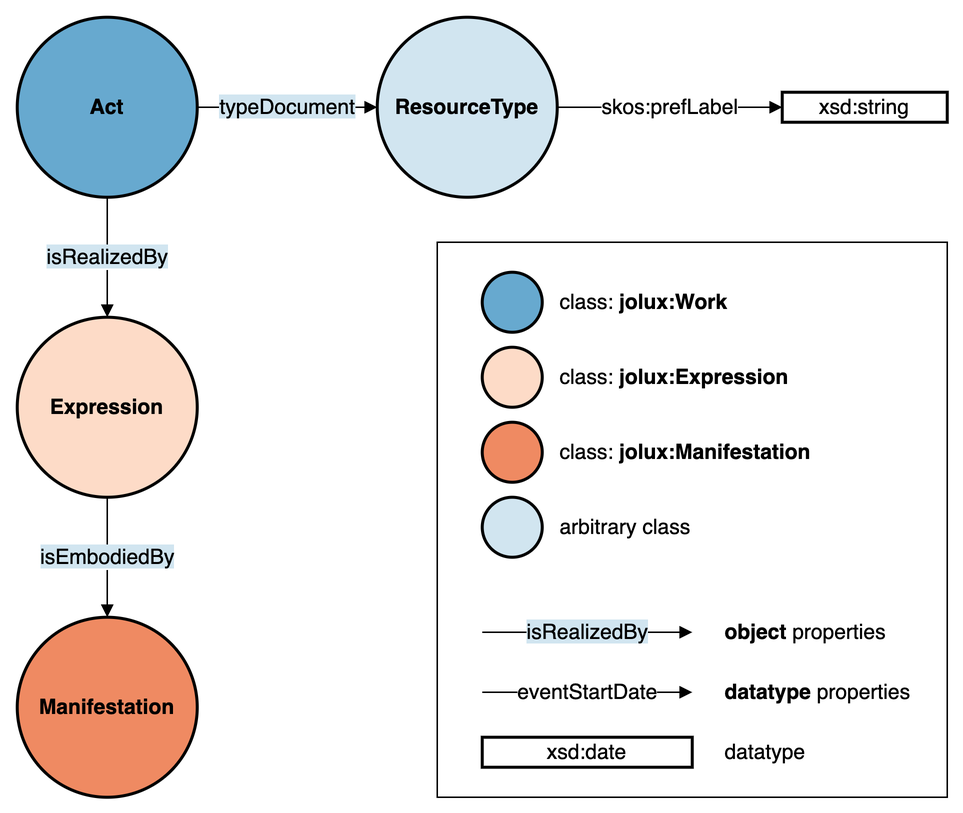
Before: doc/img/ontology_elements.png, a diagram exported from draw.io (swiss/fedlex-jolux). Source tidied: cells renumbered, new cells last; positions are measured from the earlier drawing's top-left corner, leaving out a move shared by most shapes. Its diagram source:
```xml
<mxGraphModel>
  <root>
    <mxCell id="0" />
    <mxCell id="1" parent="0" />
    <mxCell id="2" value="&lt;b&gt;Act&lt;br&gt;&lt;/b&gt;" style="ellipse;whiteSpace=wrap;html=1;rounded=0;shadow=0;glass=0;comic=0;strokeColor=#000000;strokeWidth=2;fillColor=#67a9cf;gradientColor=none;fontSize=14;fontColor=#000000;align=center;" parent="1" vertex="1">
      <mxGeometry width="120" height="120" as="geometry" />
    </mxCell>
    <mxCell id="3" value="&lt;span style=&quot;background-color: rgb(209, 229, 240);&quot;&gt;isRealizedBy&lt;/span&gt;" style="endArrow=block;html=1;strokeColor=#000000;fontSize=14;fontColor=#000000;endFill=1;exitX=0.5;exitY=1;exitDx=0;exitDy=0;entryX=0.5;entryY=0;entryDx=0;entryDy=0;" parent="1" edge="1" source="2" target="4">
      <mxGeometry relative="1" as="geometry" />
    </mxCell>
    <mxCell id="4" value="&lt;b&gt;Expression&lt;/b&gt;" style="ellipse;whiteSpace=wrap;html=1;rounded=0;shadow=0;glass=0;comic=0;strokeColor=#000000;strokeWidth=2;fillColor=#fddbc7;gradientColor=none;fontSize=14;fontColor=#000000;align=center;" parent="1" vertex="1">
      <mxGeometry y="200" width="120" height="120" as="geometry" />
    </mxCell>
    <mxCell id="5" value="&lt;b&gt;Manifestation&lt;/b&gt;" style="ellipse;whiteSpace=wrap;html=1;rounded=0;shadow=0;glass=0;comic=0;strokeColor=#000000;strokeWidth=2;fillColor=#ef8a62;gradientColor=none;fontSize=14;fontColor=#000000;align=center;" parent="1" vertex="1">
      <mxGeometry y="400" width="120" height="120" as="geometry" />
    </mxCell>
    <mxCell id="6" value="&lt;span style=&quot;background-color: rgb(209, 229, 240);&quot;&gt;isEmbodiedBy&lt;/span&gt;" style="endArrow=block;html=1;strokeColor=#000000;fontSize=14;fontColor=#000000;endFill=1;exitX=0.5;exitY=1;exitDx=0;exitDy=0;entryX=0.5;entryY=0;entryDx=0;entryDy=0;" parent="1" edge="1" source="4" target="5">
      <mxGeometry relative="1" as="geometry" />
    </mxCell>
    <mxCell id="7" value="&lt;b&gt;&lt;br&gt;&lt;/b&gt;" style="ellipse;whiteSpace=wrap;html=1;rounded=0;shadow=0;glass=0;comic=0;strokeColor=#000000;strokeWidth=2;fillColor=#EF8A62;gradientColor=none;fontSize=14;fontColor=#000000;align=center;" parent="1" vertex="1">
      <mxGeometry x="310" y="270" width="40" height="40" as="geometry" />
    </mxCell>
    <mxCell id="8" value="&lt;b&gt;&lt;br&gt;&lt;/b&gt;" style="ellipse;whiteSpace=wrap;html=1;rounded=0;shadow=0;glass=0;comic=0;strokeColor=#000000;strokeWidth=2;fillColor=#FDDBC7;gradientColor=none;fontSize=14;fontColor=#000000;align=center;" parent="1" vertex="1">
      <mxGeometry x="310" y="220" width="40" height="40" as="geometry" />
    </mxCell>
    <mxCell id="9" value="&lt;b&gt;&lt;br&gt;&lt;/b&gt;" style="ellipse;whiteSpace=wrap;html=1;rounded=0;shadow=0;glass=0;comic=0;strokeColor=#000000;strokeWidth=2;fillColor=#67A9CF;gradientColor=none;fontSize=14;fontColor=#000000;align=center;" parent="1" vertex="1">
      <mxGeometry x="310" y="170" width="40" height="40" as="geometry" />
    </mxCell>
    <mxCell id="10" value="class: &lt;b style=&quot;font-size: 14px;&quot;&gt;jolux:Work&lt;/b&gt;" style="text;html=1;strokeColor=none;fillColor=none;align=left;verticalAlign=middle;whiteSpace=wrap;rounded=0;fontSize=14;" parent="1" vertex="1">
      <mxGeometry x="360" y="170" width="150" height="40" as="geometry" />
    </mxCell>
    <mxCell id="11" value="class: &lt;b style=&quot;font-size: 14px;&quot;&gt;jolux:Expression&lt;/b&gt;" style="text;html=1;strokeColor=none;fillColor=none;align=left;verticalAlign=middle;whiteSpace=wrap;rounded=0;fontSize=14;" parent="1" vertex="1">
      <mxGeometry x="360" y="220" width="190" height="40" as="geometry" />
    </mxCell>
    <mxCell id="12" value="class: &lt;b style=&quot;font-size: 14px;&quot;&gt;jolux:Manifestation&lt;/b&gt;" style="text;html=1;strokeColor=none;fillColor=none;align=left;verticalAlign=middle;whiteSpace=wrap;rounded=0;fontSize=14;" parent="1" vertex="1">
      <mxGeometry x="360" y="270" width="190" height="40" as="geometry" />
    </mxCell>
    <mxCell id="13" value="&lt;b&gt;ResourceType&lt;/b&gt;" style="ellipse;whiteSpace=wrap;html=1;rounded=0;shadow=0;glass=0;comic=0;strokeColor=#000000;strokeWidth=2;fillColor=#d1e5f0;gradientColor=none;fontSize=14;fontColor=#000000;align=center;" parent="1" vertex="1">
      <mxGeometry x="240" width="120" height="120" as="geometry" />
    </mxCell>
    <mxCell id="14" value="&lt;b&gt;&lt;br&gt;&lt;/b&gt;" style="ellipse;whiteSpace=wrap;html=1;rounded=0;shadow=0;glass=0;comic=0;strokeColor=#000000;strokeWidth=2;fillColor=#D1E5F0;gradientColor=none;fontSize=14;fontColor=#000000;align=center;" parent="1" vertex="1">
      <mxGeometry x="310" y="320" width="40" height="40" as="geometry" />
    </mxCell>
    <mxCell id="15" value="arbitrary class" style="text;html=1;strokeColor=none;fillColor=none;align=left;verticalAlign=middle;whiteSpace=wrap;rounded=0;fontSize=14;" parent="1" vertex="1">
      <mxGeometry x="360" y="320" width="150" height="40" as="geometry" />
    </mxCell>
    <mxCell id="16" value="&lt;span style=&quot;background-color: rgb(209, 229, 240);&quot;&gt;isRealizedBy&lt;/span&gt;" style="endArrow=block;html=1;strokeColor=#000000;fontSize=14;fontColor=#000000;endFill=1;exitX=0.5;exitY=1;exitDx=0;exitDy=0;" parent="1" edge="1">
      <mxGeometry relative="1" as="geometry">
        <mxPoint x="310" y="410" as="sourcePoint" />
        <mxPoint x="450" y="410" as="targetPoint" />
      </mxGeometry>
    </mxCell>
    <mxCell id="17" value="&lt;b&gt;object &lt;/b&gt;properties" style="text;html=1;strokeColor=none;fillColor=none;align=left;verticalAlign=middle;whiteSpace=wrap;rounded=0;fontSize=14;" parent="1" vertex="1">
      <mxGeometry x="470" y="390" width="150" height="40" as="geometry" />
    </mxCell>
    <mxCell id="18" value="eventStartDate" style="endArrow=block;html=1;strokeColor=#000000;fontSize=14;fontColor=#000000;endFill=1;" parent="1" edge="1">
      <mxGeometry relative="1" as="geometry">
        <mxPoint x="310" y="450" as="sourcePoint" />
        <mxPoint x="450" y="450" as="targetPoint" />
      </mxGeometry>
    </mxCell>
    <mxCell id="19" value="&lt;b&gt;datatype &lt;/b&gt;properties" style="text;html=1;strokeColor=none;fillColor=none;align=left;verticalAlign=middle;whiteSpace=wrap;rounded=0;fontSize=14;" parent="1" vertex="1">
      <mxGeometry x="470" y="430" width="150" height="40" as="geometry" />
    </mxCell>
    <mxCell id="20" value="xsd:date" style="whiteSpace=wrap;html=1;rounded=0;shadow=0;glass=0;comic=0;strokeColor=#000000;strokeWidth=2;fillColor=#FFFFFF;gradientColor=none;fontSize=14;fontColor=#000000;align=center;" parent="1" vertex="1">
      <mxGeometry x="310" y="480" width="140" height="20" as="geometry" />
    </mxCell>
    <mxCell id="21" value="datatype" style="text;html=1;strokeColor=none;fillColor=none;align=left;verticalAlign=middle;whiteSpace=wrap;rounded=0;fontSize=14;" parent="1" vertex="1">
      <mxGeometry x="470" y="470" width="150" height="40" as="geometry" />
    </mxCell>
    <mxCell id="22" value="&lt;span style=&quot;background-color: rgb(209, 229, 240);&quot;&gt;typeDocument&lt;/span&gt;" style="endArrow=block;html=1;strokeColor=#000000;fontSize=14;fontColor=#000000;endFill=1;exitX=1;exitY=0.5;exitDx=0;exitDy=0;" parent="1" edge="1" source="2" target="13">
      <mxGeometry relative="1" as="geometry" />
    </mxCell>
    <mxCell id="23" value="skos:prefLabel" style="endArrow=block;html=1;strokeColor=#000000;fontSize=14;fontColor=#000000;endFill=1;exitX=1;exitY=0.5;exitDx=0;exitDy=0;entryX=0;entryY=0.5;entryDx=0;entryDy=0;" parent="1" edge="1" source="13" target="24">
      <mxGeometry relative="1" as="geometry" />
    </mxCell>
    <mxCell id="24" value="xsd:string" style="whiteSpace=wrap;html=1;rounded=0;shadow=0;glass=0;comic=0;strokeColor=#000000;strokeWidth=2;fillColor=#FFFFFF;gradientColor=none;fontSize=14;fontColor=#000000;align=center;" parent="1" vertex="1">
      <mxGeometry x="510" y="50" width="110" height="20" as="geometry" />
    </mxCell>
    <mxCell id="25" style="rounded=0;whiteSpace=wrap;html=1;fontSize=14;fillColor=none;" parent="1" vertex="1">
      <mxGeometry x="280" y="150" width="340" height="370" as="geometry" />
    </mxCell>
  </root>
</mxGraphModel>
```
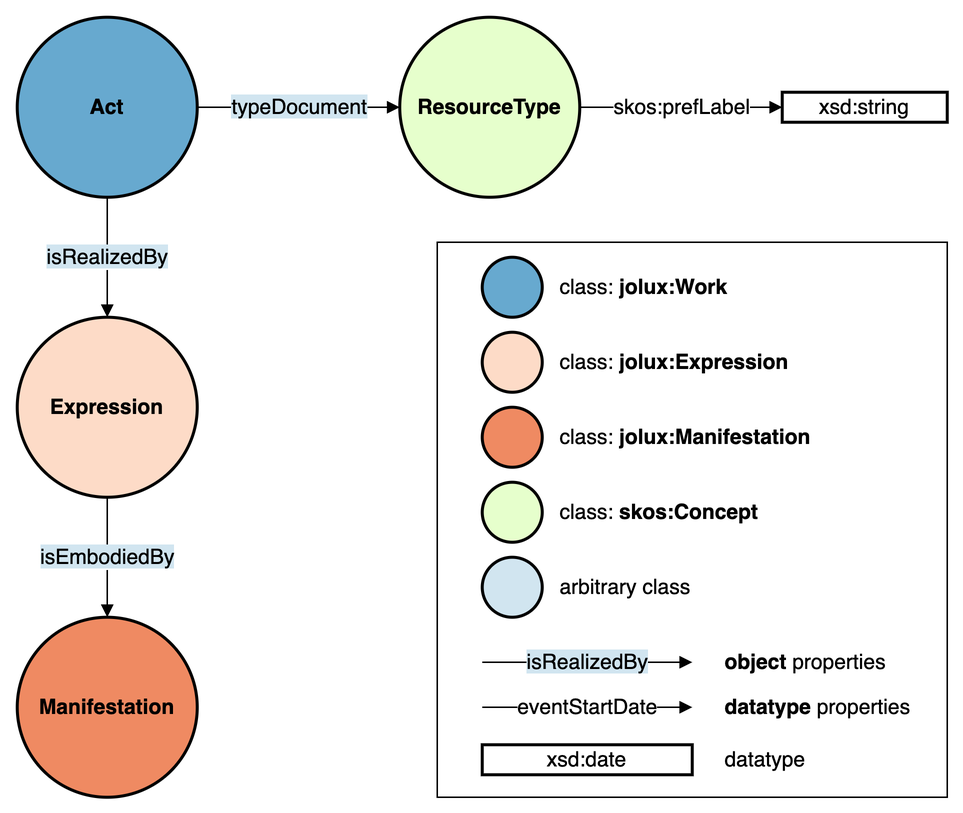
Above is the later version.

Diff of the diagram source:
```diff
@@ -18,55 +18,55 @@
       <mxGeometry relative="1" as="geometry" />
     </mxCell>
     <mxCell id="7" value="&lt;b&gt;&lt;br&gt;&lt;/b&gt;" style="ellipse;whiteSpace=wrap;html=1;rounded=0;shadow=0;glass=0;comic=0;strokeColor=#000000;strokeWidth=2;fillColor=#EF8A62;gradientColor=none;fontSize=14;fontColor=#000000;align=center;" parent="1" vertex="1">
-      <mxGeometry x="310" y="270" width="40" height="40" as="geometry" />
+      <mxGeometry x="310" y="260" width="40" height="40" as="geometry" />
     </mxCell>
     <mxCell id="8" value="&lt;b&gt;&lt;br&gt;&lt;/b&gt;" style="ellipse;whiteSpace=wrap;html=1;rounded=0;shadow=0;glass=0;comic=0;strokeColor=#000000;strokeWidth=2;fillColor=#FDDBC7;gradientColor=none;fontSize=14;fontColor=#000000;align=center;" parent="1" vertex="1">
-      <mxGeometry x="310" y="220" width="40" height="40" as="geometry" />
+      <mxGeometry x="310" y="210" width="40" height="40" as="geometry" />
     </mxCell>
     <mxCell id="9" value="&lt;b&gt;&lt;br&gt;&lt;/b&gt;" style="ellipse;whiteSpace=wrap;html=1;rounded=0;shadow=0;glass=0;comic=0;strokeColor=#000000;strokeWidth=2;fillColor=#67A9CF;gradientColor=none;fontSize=14;fontColor=#000000;align=center;" parent="1" vertex="1">
-      <mxGeometry x="310" y="170" width="40" height="40" as="geometry" />
+      <mxGeometry x="310" y="160" width="40" height="40" as="geometry" />
     </mxCell>
     <mxCell id="10" value="class: &lt;b style=&quot;font-size: 14px;&quot;&gt;jolux:Work&lt;/b&gt;" style="text;html=1;strokeColor=none;fillColor=none;align=left;verticalAlign=middle;whiteSpace=wrap;rounded=0;fontSize=14;" parent="1" vertex="1">
-      <mxGeometry x="360" y="170" width="150" height="40" as="geometry" />
+      <mxGeometry x="360" y="160" width="150" height="40" as="geometry" />
     </mxCell>
     <mxCell id="11" value="class: &lt;b style=&quot;font-size: 14px;&quot;&gt;jolux:Expression&lt;/b&gt;" style="text;html=1;strokeColor=none;fillColor=none;align=left;verticalAlign=middle;whiteSpace=wrap;rounded=0;fontSize=14;" parent="1" vertex="1">
-      <mxGeometry x="360" y="220" width="190" height="40" as="geometry" />
+      <mxGeometry x="360" y="210" width="190" height="40" as="geometry" />
     </mxCell>
     <mxCell id="12" value="class: &lt;b style=&quot;font-size: 14px;&quot;&gt;jolux:Manifestation&lt;/b&gt;" style="text;html=1;strokeColor=none;fillColor=none;align=left;verticalAlign=middle;whiteSpace=wrap;rounded=0;fontSize=14;" parent="1" vertex="1">
-      <mxGeometry x="360" y="270" width="190" height="40" as="geometry" />
+      <mxGeometry x="360" y="260" width="190" height="40" as="geometry" />
     </mxCell>
-    <mxCell id="13" value="&lt;b&gt;ResourceType&lt;/b&gt;" style="ellipse;whiteSpace=wrap;html=1;rounded=0;shadow=0;glass=0;comic=0;strokeColor=#000000;strokeWidth=2;fillColor=#d1e5f0;gradientColor=none;fontSize=14;fontColor=#000000;align=center;" parent="1" vertex="1">
-      <mxGeometry x="240" width="120" height="120" as="geometry" />
+    <mxCell id="13" value="&lt;b&gt;ResourceType&lt;/b&gt;" style="ellipse;whiteSpace=wrap;html=1;rounded=0;shadow=0;glass=0;comic=0;strokeColor=#000000;strokeWidth=2;fillColor=#E6FFCC;gradientColor=none;fontSize=14;fontColor=#000000;align=center;" parent="1" vertex="1">
+      <mxGeometry x="255" width="120" height="120" as="geometry" />
     </mxCell>
-    <mxCell id="14" value="&lt;b&gt;&lt;br&gt;&lt;/b&gt;" style="ellipse;whiteSpace=wrap;html=1;rounded=0;shadow=0;glass=0;comic=0;strokeColor=#000000;strokeWidth=2;fillColor=#D1E5F0;gradientColor=none;fontSize=14;fontColor=#000000;align=center;" parent="1" vertex="1">
-      <mxGeometry x="310" y="320" width="40" height="40" as="geometry" />
+    <mxCell id="14" value="&lt;b&gt;&lt;br&gt;&lt;/b&gt;" style="ellipse;whiteSpace=wrap;html=1;rounded=0;shadow=0;glass=0;comic=0;strokeColor=#000000;strokeWidth=2;fillColor=#E6FFCC;gradientColor=none;fontSize=14;fontColor=#000000;align=center;" parent="1" vertex="1">
+      <mxGeometry x="310" y="310" width="40" height="40" as="geometry" />
     </mxCell>
-    <mxCell id="15" value="arbitrary class" style="text;html=1;strokeColor=none;fillColor=none;align=left;verticalAlign=middle;whiteSpace=wrap;rounded=0;fontSize=14;" parent="1" vertex="1">
-      <mxGeometry x="360" y="320" width="150" height="40" as="geometry" />
+    <mxCell id="15" value="class: &lt;b&gt;skos:Concept&lt;/b&gt;" style="text;html=1;strokeColor=none;fillColor=none;align=left;verticalAlign=middle;whiteSpace=wrap;rounded=0;fontSize=14;" parent="1" vertex="1">
+      <mxGeometry x="360" y="310" width="150" height="40" as="geometry" />
     </mxCell>
     <mxCell id="16" value="&lt;span style=&quot;background-color: rgb(209, 229, 240);&quot;&gt;isRealizedBy&lt;/span&gt;" style="endArrow=block;html=1;strokeColor=#000000;fontSize=14;fontColor=#000000;endFill=1;exitX=0.5;exitY=1;exitDx=0;exitDy=0;" parent="1" edge="1">
       <mxGeometry relative="1" as="geometry">
-        <mxPoint x="310" y="410" as="sourcePoint" />
-        <mxPoint x="450" y="410" as="targetPoint" />
+        <mxPoint x="310" y="430" as="sourcePoint" />
+        <mxPoint x="450" y="430" as="targetPoint" />
       </mxGeometry>
     </mxCell>
     <mxCell id="17" value="&lt;b&gt;object &lt;/b&gt;properties" style="text;html=1;strokeColor=none;fillColor=none;align=left;verticalAlign=middle;whiteSpace=wrap;rounded=0;fontSize=14;" parent="1" vertex="1">
-      <mxGeometry x="470" y="390" width="150" height="40" as="geometry" />
+      <mxGeometry x="470" y="410" width="150" height="40" as="geometry" />
     </mxCell>
     <mxCell id="18" value="eventStartDate" style="endArrow=block;html=1;strokeColor=#000000;fontSize=14;fontColor=#000000;endFill=1;" parent="1" edge="1">
       <mxGeometry relative="1" as="geometry">
-        <mxPoint x="310" y="450" as="sourcePoint" />
-        <mxPoint x="450" y="450" as="targetPoint" />
+        <mxPoint x="310" y="460" as="sourcePoint" />
+        <mxPoint x="450" y="460" as="targetPoint" />
       </mxGeometry>
     </mxCell>
     <mxCell id="19" value="&lt;b&gt;datatype &lt;/b&gt;properties" style="text;html=1;strokeColor=none;fillColor=none;align=left;verticalAlign=middle;whiteSpace=wrap;rounded=0;fontSize=14;" parent="1" vertex="1">
-      <mxGeometry x="470" y="430" width="150" height="40" as="geometry" />
+      <mxGeometry x="470" y="440" width="150" height="40" as="geometry" />
     </mxCell>
     <mxCell id="20" value="xsd:date" style="whiteSpace=wrap;html=1;rounded=0;shadow=0;glass=0;comic=0;strokeColor=#000000;strokeWidth=2;fillColor=#FFFFFF;gradientColor=none;fontSize=14;fontColor=#000000;align=center;" parent="1" vertex="1">
-      <mxGeometry x="310" y="480" width="140" height="20" as="geometry" />
+      <mxGeometry x="310" y="485" width="140" height="20" as="geometry" />
     </mxCell>
     <mxCell id="21" value="datatype" style="text;html=1;strokeColor=none;fillColor=none;align=left;verticalAlign=middle;whiteSpace=wrap;rounded=0;fontSize=14;" parent="1" vertex="1">
-      <mxGeometry x="470" y="470" width="150" height="40" as="geometry" />
+      <mxGeometry x="470" y="475" width="150" height="40" as="geometry" />
     </mxCell>
     <mxCell id="22" value="&lt;span style=&quot;background-color: rgb(209, 229, 240);&quot;&gt;typeDocument&lt;/span&gt;" style="endArrow=block;html=1;strokeColor=#000000;fontSize=14;fontColor=#000000;endFill=1;exitX=1;exitY=0.5;exitDx=0;exitDy=0;" parent="1" edge="1" source="2" target="13">
       <mxGeometry relative="1" as="geometry" />
@@ -80,5 +80,11 @@
     <mxCell id="25" style="rounded=0;whiteSpace=wrap;html=1;fontSize=14;fillColor=none;" parent="1" vertex="1">
       <mxGeometry x="280" y="150" width="340" height="370" as="geometry" />
     </mxCell>
+    <mxCell id="26" value="&lt;b&gt;&lt;br&gt;&lt;/b&gt;" style="ellipse;whiteSpace=wrap;html=1;rounded=0;shadow=0;glass=0;comic=0;strokeColor=#000000;strokeWidth=2;fillColor=#D1E5F0;gradientColor=none;fontSize=14;fontColor=#000000;align=center;" parent="1" vertex="1">
+      <mxGeometry x="310" y="360" width="40" height="40" as="geometry" />
+    </mxCell>
+    <mxCell id="27" value="arbitrary class" style="text;html=1;strokeColor=none;fillColor=none;align=left;verticalAlign=middle;whiteSpace=wrap;rounded=0;fontSize=14;" parent="1" vertex="1">
+      <mxGeometry x="360" y="360" width="150" height="40" as="geometry" />
+    </mxCell>
   </root>
 </mxGraphModel>
```
